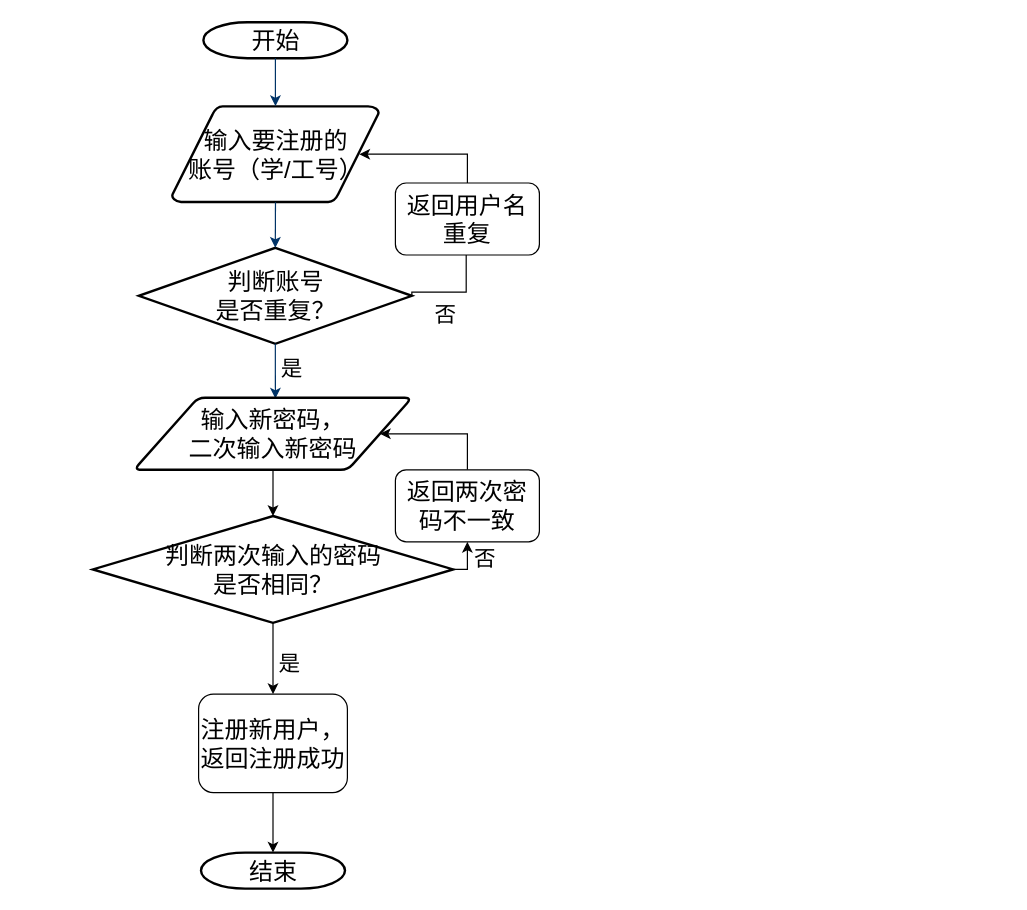
This is page "注册" (2 of 16) of 流程图.drawio from Gonod20s/Voice-Controlled-Robot, a draw.io file, before an edit. Source tidied: cells renumbered, new cells numbered last; positions are measured from the earlier drawing's top-left corner, leaving out a move shared by most shapes. Both pictures are drawn from the tidied source at 120%, with x=0, y=0 at pixel (92, 22).
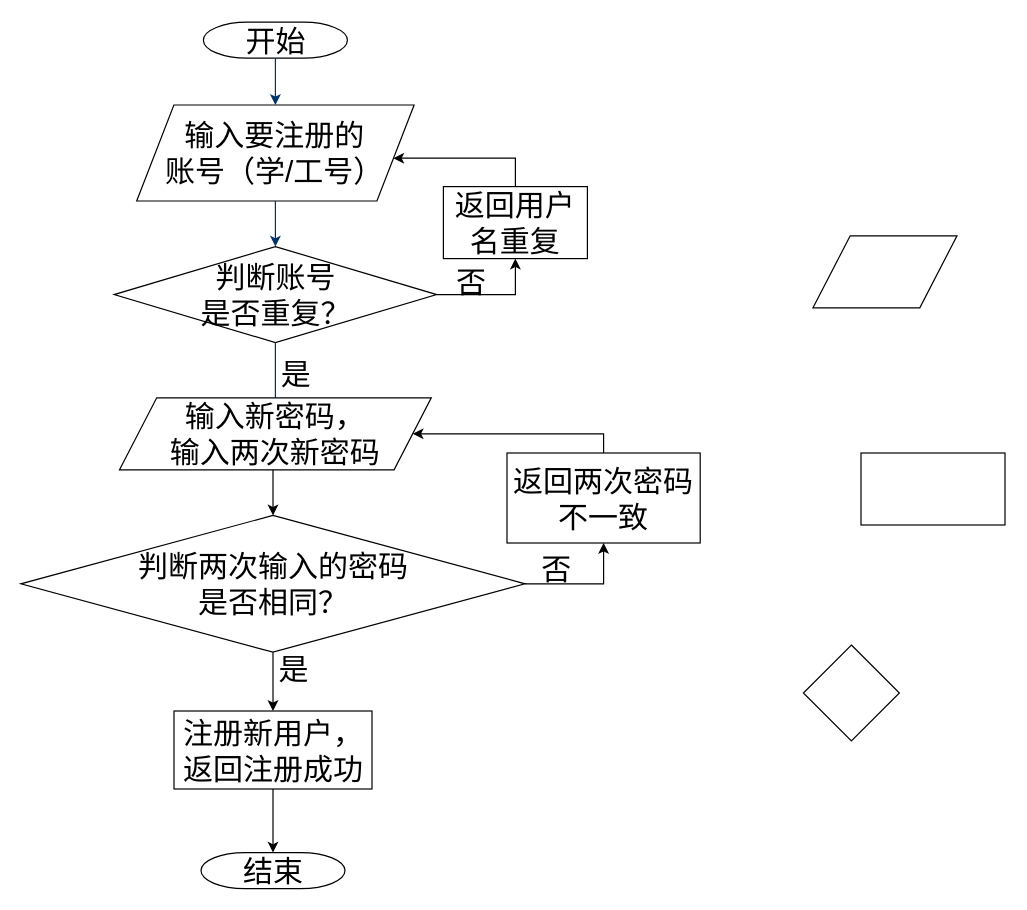
After the change.

What changed in the source:
```diff
@@
-    <mxCell id="2" value="&lt;font style=&quot;font-size: 20px;&quot;&gt;开始&lt;/font&gt;" style="shape=mxgraph.flowchart.terminator;strokeWidth=2;gradientColor=none;gradientDirection=north;fontStyle=0;html=1;" parent="1" vertex="1">
+    <mxCell id="2" value="&lt;font&gt;开始&lt;/font&gt;" style="shape=mxgraph.flowchart.terminator;strokeWidth=1;gradientColor=none;gradientDirection=north;fontStyle=0;html=1;fontFamily=宋体;fontSize=25;" parent="1" vertex="1">
       <mxGeometry x="92" width="120" height="30" as="geometry" />
     </mxCell>
-    <mxCell id="3" value="&lt;font style=&quot;font-size: 20px;&quot;&gt;输入要注册的&lt;/font&gt;&lt;div&gt;&lt;font style=&quot;font-size: 20px;&quot;&gt;账号（学/工号）&lt;/font&gt;&lt;/div&gt;" style="shape=mxgraph.flowchart.data;strokeWidth=2;gradientColor=none;gradientDirection=north;fontStyle=0;html=1;" parent="1" vertex="1">
-      <mxGeometry x="65.8" y="70" width="172.5" height="80" as="geometry" />
+    <mxCell id="3" value="&lt;font&gt;输入要注册的&lt;/font&gt;&lt;div&gt;&lt;font&gt;账号（学/工号）&lt;/font&gt;&lt;/div&gt;" style="shape=parallelogram;perimeter=parallelogramPerimeter;whiteSpace=wrap;html=1;fixedSize=1;size=30.999989827474053;fontFamily=宋体;fontSize=25;" parent="1" vertex="1">
+      <mxGeometry x="36.4" y="69" width="231.2" height="80" as="geometry" />
     </mxCell>
+    <mxCell id="18" style="edgeStyle=orthogonalEdgeStyle;rounded=0;jettySize=auto;html=1;entryX=0.5;entryY=1;entryDx=0;entryDy=0;" parent="1" edge="1" source="4" target="19">
+      <mxGeometry relative="1" as="geometry" />
+    </mxCell>
-    <mxCell id="4" value="&lt;font style=&quot;font-size: 20px;&quot;&gt;判断账号&lt;/font&gt;&lt;div&gt;&lt;font style=&quot;font-size: 20px;&quot;&gt;是否重复？&lt;/font&gt;&lt;/div&gt;" style="shape=mxgraph.flowchart.decision;strokeWidth=2;gradientColor=none;gradientDirection=north;fontStyle=0;html=1;" parent="1" vertex="1">
-      <mxGeometry x="38.2" y="188" width="227.5" height="80" as="geometry" />
+    <mxCell id="4" value="&lt;font&gt;判断账号&lt;/font&gt;&lt;div&gt;&lt;font&gt;是否重复？&lt;/font&gt;&lt;/div&gt;" style="shape=mxgraph.flowchart.decision;strokeWidth=1;gradientColor=none;gradientDirection=north;fontStyle=0;html=1;strokeColor=default;align=center;verticalAlign=middle;fontFamily=宋体;fontSize=25;fontColor=default;fillColor=default;" parent="1" vertex="1">
+      <mxGeometry x="17.6" y="187" width="268.8" height="80" as="geometry" />
     </mxCell>
-    <mxCell id="5" style="fontStyle=1;strokeColor=#003366;strokeWidth=1;html=1;" parent="1" edge="1" source="2" target="3">
+    <mxCell id="5" style="fontStyle=1;strokeColor=#003366;strokeWidth=1;html=1;fontFamily=宋体;fontSize=25;" parent="1" edge="1" source="2" target="3">
       <mxGeometry relative="1" as="geometry" />
     </mxCell>
-    <mxCell id="6" style="entryX=0.5;entryY=0;entryPerimeter=0;fontStyle=1;strokeColor=#003366;strokeWidth=1;html=1;exitX=0.5;exitY=1;exitDx=0;exitDy=0;exitPerimeter=0;" parent="1" edge="1" source="3" target="4">
+    <mxCell id="6" style="entryX=0.5;entryY=0;entryPerimeter=0;fontStyle=1;strokeColor=#003366;strokeWidth=1;html=1;exitX=0.5;exitY=1;exitDx=0;exitDy=0;exitPerimeter=0;fontFamily=宋体;fontSize=25;" parent="1" edge="1" source="3" target="4">
       <mxGeometry relative="1" as="geometry" />
     </mxCell>
-    <mxCell id="7" value="&lt;font style=&quot;font-size: 18px;&quot;&gt;是&lt;/font&gt;" style="text;fontStyle=0;html=1;strokeColor=none;gradientColor=none;fillColor=none;strokeWidth=2;" parent="1" vertex="1">
+    <mxCell id="7" value="&lt;font&gt;是&lt;/font&gt;" style="text;fontStyle=0;html=1;strokeColor=none;gradientColor=none;fillColor=none;strokeWidth=1;fontFamily=宋体;fontSize=25;" parent="1" vertex="1">
       <mxGeometry x="155" y="272" width="40" height="26" as="geometry" />
     </mxCell>
-    <mxCell id="8" style="edgeStyle=elbowEdgeStyle;elbow=horizontal;fontColor=#001933;fontStyle=1;strokeColor=#003366;strokeWidth=1;html=1;exitX=0.5;exitY=1;exitDx=0;exitDy=0;exitPerimeter=0;entryX=0.51;entryY=0.011;entryDx=0;entryDy=0;entryPerimeter=0;" parent="1" edge="1" source="4" target="21">
+    <mxCell id="8" style="edgeStyle=elbowEdgeStyle;elbow=horizontal;fontColor=#001933;fontStyle=1;strokeColor=#003366;strokeWidth=1;html=1;exitX=0.5;exitY=1;exitDx=0;exitDy=0;exitPerimeter=0;entryX=0.5;entryY=0;entryDx=0;entryDy=0;fontFamily=宋体;fontSize=25;" parent="1" edge="1" source="4" target="21">
       <mxGeometry as="geometry">
         <Array as="points">
           <mxPoint x="152" y="320" />
         </Array>
       </mxGeometry>
     </mxCell>
-    <mxCell id="9" style="edgeStyle=orthogonalEdgeStyle;rounded=0;jettySize=auto;html=1;" parent="1" edge="1" source="21" target="12">
-      <mxGeometry relative="1" as="geometry" />
+    <mxCell id="9" style="edgeStyle=orthogonalEdgeStyle;rounded=0;jettySize=auto;html=1;strokeWidth=1;fontFamily=宋体;fontSize=25;" parent="1" edge="1" source="21" target="12">
+      <mxGeometry relative="1" as="geometry">
+        <Array as="points">
+          <mxPoint x="150" y="383" />
+          <mxPoint x="150" y="383" />
+        </Array>
+      </mxGeometry>
     </mxCell>
-    <mxCell id="10" style="edgeStyle=orthogonalEdgeStyle;rounded=0;jettySize=auto;html=1;" parent="1" edge="1" source="12" target="14">
+    <mxCell id="10" style="edgeStyle=orthogonalEdgeStyle;rounded=0;jettySize=auto;html=1;strokeWidth=1;fontFamily=宋体;fontSize=25;" parent="1" edge="1" source="12" target="14">
       <mxGeometry relative="1" as="geometry" />
     </mxCell>
-    <mxCell id="11" style="edgeStyle=orthogonalEdgeStyle;rounded=0;jettySize=auto;html=1;exitX=1;exitY=0.5;exitDx=0;exitDy=0;exitPerimeter=0;entryX=0.5;entryY=1;entryDx=0;entryDy=0;" parent="1" edge="1" source="12" target="23">
+    <mxCell id="11" style="edgeStyle=orthogonalEdgeStyle;rounded=0;jettySize=auto;html=1;exitX=1;exitY=0.5;exitDx=0;exitDy=0;exitPerimeter=0;entryX=0.5;entryY=1;entryDx=0;entryDy=0;strokeWidth=1;fontFamily=宋体;fontSize=25;" parent="1" edge="1" source="12" target="23">
       <mxGeometry relative="1" as="geometry" />
     </mxCell>
-    <mxCell id="12" value="&lt;font style=&quot;font-size: 20px;&quot;&gt;判断两次输入的密码&lt;/font&gt;&lt;div&gt;&lt;font style=&quot;font-size: 20px;&quot;&gt;是否相同？&lt;/font&gt;&lt;/div&gt;" style="shape=mxgraph.flowchart.decision;strokeWidth=2;gradientColor=none;gradientDirection=north;fontStyle=0;html=1;" parent="1" vertex="1">
-      <mxGeometry x="-0.1" y="411.5" width="300.2" height="89" as="geometry" />
+    <mxCell id="12" value="&lt;font&gt;判断两次输入的密码&lt;/font&gt;&lt;div&gt;&lt;font&gt;是否相同？&lt;/font&gt;&lt;/div&gt;" style="shape=mxgraph.flowchart.decision;strokeWidth=1;gradientColor=none;gradientDirection=north;fontStyle=0;html=1;strokeColor=default;align=center;verticalAlign=middle;fontFamily=宋体;fontSize=25;fontColor=default;fillColor=default;" parent="1" vertex="1">
+      <mxGeometry x="-60.1" y="411" width="420.1" height="114" as="geometry" />
     </mxCell>
-    <mxCell id="13" style="edgeStyle=orthogonalEdgeStyle;rounded=0;jettySize=auto;html=1;" parent="1" edge="1" source="14" target="20">
+    <mxCell id="13" style="edgeStyle=orthogonalEdgeStyle;rounded=0;jettySize=auto;html=1;strokeWidth=1;fontFamily=宋体;fontSize=25;" parent="1" edge="1" source="14" target="20">
       <mxGeometry relative="1" as="geometry" />
     </mxCell>
-    <mxCell id="14" value="&lt;font style=&quot;font-size: 20px;&quot;&gt;注册新用户，&lt;/font&gt;&lt;div&gt;&lt;font style=&quot;font-size: 20px;&quot;&gt;返回注册成功&lt;/font&gt;&lt;/div&gt;" style="rounded=1;whiteSpace=wrap;html=1;" parent="1" vertex="1">
-      <mxGeometry x="88" y="560" width="124" height="82" as="geometry" />
+    <mxCell id="14" value="&lt;font&gt;注册新用户，&lt;/font&gt;&lt;div&gt;&lt;font&gt;返回注册成功&lt;/font&gt;&lt;/div&gt;" style="rounded=0;whiteSpace=wrap;html=1;strokeColor=default;align=center;verticalAlign=middle;fontFamily=宋体;fontSize=25;fontColor=default;fillColor=default;strokeWidth=1;" parent="1" vertex="1">
+      <mxGeometry x="67.5" y="574" width="165" height="65" as="geometry" />
     </mxCell>
-    <mxCell id="15" value="&lt;font style=&quot;font-size: 18px;&quot;&gt;是&lt;/font&gt;" style="text;fontStyle=0;html=1;strokeColor=none;gradientColor=none;fillColor=none;strokeWidth=2;" parent="1" vertex="1">
+    <mxCell id="15" value="&lt;font&gt;是&lt;/font&gt;" style="text;fontStyle=0;html=1;strokeColor=none;gradientColor=none;fillColor=none;strokeWidth=1;fontFamily=宋体;fontSize=25;" parent="1" vertex="1">
       <mxGeometry x="153" y="518" width="40" height="26" as="geometry" />
     </mxCell>
-    <mxCell id="16" style="edgeStyle=orthogonalEdgeStyle;rounded=0;jettySize=auto;html=1;entryX=0.905;entryY=0.5;entryDx=0;entryDy=0;entryPerimeter=0;exitX=0.5;exitY=0;exitDx=0;exitDy=0;" parent="1" edge="1" source="19" target="3">
+    <mxCell id="16" style="edgeStyle=orthogonalEdgeStyle;rounded=0;jettySize=auto;html=1;exitX=0.5;exitY=0;exitDx=0;exitDy=0;strokeWidth=1;fontFamily=宋体;fontSize=25;entryX=0.925;entryY=0.554;entryDx=0;entryDy=0;entryPerimeter=0;" parent="1" edge="1" source="19" target="3">
       <mxGeometry relative="1" as="geometry" />
     </mxCell>
-    <mxCell id="17" value="&lt;font style=&quot;font-size: 18px;&quot;&gt;否&lt;/font&gt;" style="text;fontStyle=0;html=1;strokeColor=none;gradientColor=none;fillColor=none;strokeWidth=2;" parent="1" vertex="1">
-      <mxGeometry x="283" y="227" width="40" height="26" as="geometry" />
+    <mxCell id="17" value="&lt;font&gt;否&lt;/font&gt;" style="text;fontStyle=0;html=1;strokeColor=none;gradientColor=none;fillColor=none;strokeWidth=1;fontFamily=宋体;fontSize=25;" parent="1" vertex="1">
+      <mxGeometry x="301" y="195" width="40" height="26" as="geometry" />
     </mxCell>
-    <mxCell id="18" style="edgeStyle=orthogonalEdgeStyle;rounded=0;jettySize=auto;html=1;exitX=1;exitY=0.5;exitDx=0;exitDy=0;exitPerimeter=0;entryX=0.5;entryY=1;entryDx=0;entryDy=0;" parent="1" edge="1" source="4" target="19">
-      <mxGeometry relative="1" as="geometry">
-        <Array as="points">
-          <mxPoint x="311" y="225" />
-          <mxPoint x="311" y="193" />
-          <mxPoint x="312" y="193" />
-        </Array>
-      </mxGeometry>
-    </mxCell>
-    <mxCell id="19" value="&lt;font style=&quot;font-size: 20px;&quot;&gt;返回用户名重复&lt;/font&gt;" style="rounded=1;whiteSpace=wrap;html=1;" parent="1" vertex="1">
-      <mxGeometry x="252" y="134" width="120" height="60" as="geometry" />
+    <mxCell id="19" value="&lt;font&gt;返回用户名重复&lt;/font&gt;" style="rounded=0;whiteSpace=wrap;html=1;strokeColor=default;align=center;verticalAlign=middle;fontFamily=宋体;fontSize=25;fontColor=default;fillColor=default;strokeWidth=1;" parent="1" vertex="1">
+      <mxGeometry x="292" y="137" width="120" height="60" as="geometry" />
     </mxCell>
-    <mxCell id="20" value="&lt;font style=&quot;font-size: 20px;&quot;&gt;结束&lt;/font&gt;" style="shape=mxgraph.flowchart.terminator;strokeWidth=2;gradientColor=none;gradientDirection=north;fontStyle=0;html=1;" parent="1" vertex="1">
+    <mxCell id="20" value="&lt;font&gt;结束&lt;/font&gt;" style="shape=mxgraph.flowchart.terminator;strokeWidth=1;gradientColor=none;gradientDirection=north;fontStyle=0;html=1;fontFamily=宋体;fontSize=25;" parent="1" vertex="1">
       <mxGeometry x="90" y="692" width="120" height="30" as="geometry" />
     </mxCell>
-    <mxCell id="21" value="&lt;font style=&quot;font-size: 20px;&quot;&gt;输入新密码，&lt;/font&gt;&lt;div&gt;&lt;font style=&quot;font-size: 20px;&quot;&gt;二次输入新密码&lt;/font&gt;&lt;/div&gt;" style="shape=parallelogram;html=1;strokeWidth=2;perimeter=parallelogramPerimeter;whiteSpace=wrap;rounded=1;arcSize=12;size=0.23;" parent="1" vertex="1">
-      <mxGeometry x="34.2" y="313" width="231.5" height="60" as="geometry" />
+    <mxCell id="21" value="&lt;font&gt;输入新密码，&lt;/font&gt;&lt;div&gt;&lt;font&gt;输入两次新密码&lt;/font&gt;&lt;/div&gt;" style="shape=parallelogram;perimeter=parallelogramPerimeter;whiteSpace=wrap;html=1;fixedSize=1;size=30.999989827474053;fontFamily=宋体;fontSize=25;" parent="1" vertex="1">
+      <mxGeometry x="22.1" y="313" width="259.8" height="60" as="geometry" />
     </mxCell>
-    <mxCell id="22" style="edgeStyle=orthogonalEdgeStyle;rounded=0;jettySize=auto;html=1;entryX=1;entryY=0.5;entryDx=0;entryDy=0;exitX=0.5;exitY=0;exitDx=0;exitDy=0;" parent="1" edge="1" source="23" target="21">
+    <mxCell id="22" style="edgeStyle=orthogonalEdgeStyle;rounded=0;jettySize=auto;html=1;entryX=1;entryY=0.5;entryDx=0;entryDy=0;exitX=0.5;exitY=0;exitDx=0;exitDy=0;strokeWidth=1;fontFamily=宋体;fontSize=25;" parent="1" edge="1" source="23" target="21">
       <mxGeometry relative="1" as="geometry">
         <Array as="points">
-          <mxPoint x="312" y="343" />
+          <mxPoint x="426" y="343" />
         </Array>
       </mxGeometry>
     </mxCell>
-    <mxCell id="23" value="&lt;font style=&quot;font-size: 20px;&quot;&gt;返回两次密码不一致&lt;/font&gt;" style="rounded=1;whiteSpace=wrap;html=1;" parent="1" vertex="1">
-      <mxGeometry x="252" y="373" width="120" height="60" as="geometry" />
+    <mxCell id="23" value="&lt;font&gt;返回两次密码不一致&lt;/font&gt;" style="rounded=0;whiteSpace=wrap;html=1;strokeColor=default;align=center;verticalAlign=middle;fontFamily=宋体;fontSize=25;fontColor=default;fillColor=default;strokeWidth=1;" parent="1" vertex="1">
+      <mxGeometry x="345" y="359" width="161" height="75" as="geometry" />
     </mxCell>
-    <mxCell id="24" value="&lt;font style=&quot;font-size: 18px;&quot;&gt;否&lt;/font&gt;" style="text;fontStyle=0;html=1;strokeColor=none;gradientColor=none;fillColor=none;strokeWidth=2;" parent="1" vertex="1">
-      <mxGeometry x="316" y="431" width="40" height="26" as="geometry" />
+    <mxCell id="24" value="&lt;font&gt;否&lt;/font&gt;" style="text;fontStyle=0;html=1;strokeColor=none;gradientColor=none;fillColor=none;strokeWidth=1;fontFamily=宋体;fontSize=25;" parent="1" vertex="1">
+      <mxGeometry x="372" y="434" width="40" height="26" as="geometry" />
     </mxCell>
+    <mxCell id="25" style="shape=parallelogram;perimeter=parallelogramPerimeter;whiteSpace=wrap;html=1;fixedSize=1;size=30.999989827474053;" parent="1" vertex="1">
+      <mxGeometry x="600" y="178" width="120" height="60" as="geometry" />
+    </mxCell>
+    <mxCell id="26" style="rounded=0;whiteSpace=wrap;html=1;" parent="1" vertex="1">
+      <mxGeometry x="640" y="359" width="120" height="60" as="geometry" />
+    </mxCell>
+    <mxCell id="27" style="rhombus;whiteSpace=wrap;html=1;strokeColor=default;align=center;verticalAlign=middle;fontFamily=Helvetica;fontSize=12;fontColor=default;fillColor=default;" parent="1" vertex="1">
+      <mxGeometry x="592" y="519" width="80" height="80" as="geometry" />
+    </mxCell>
```
